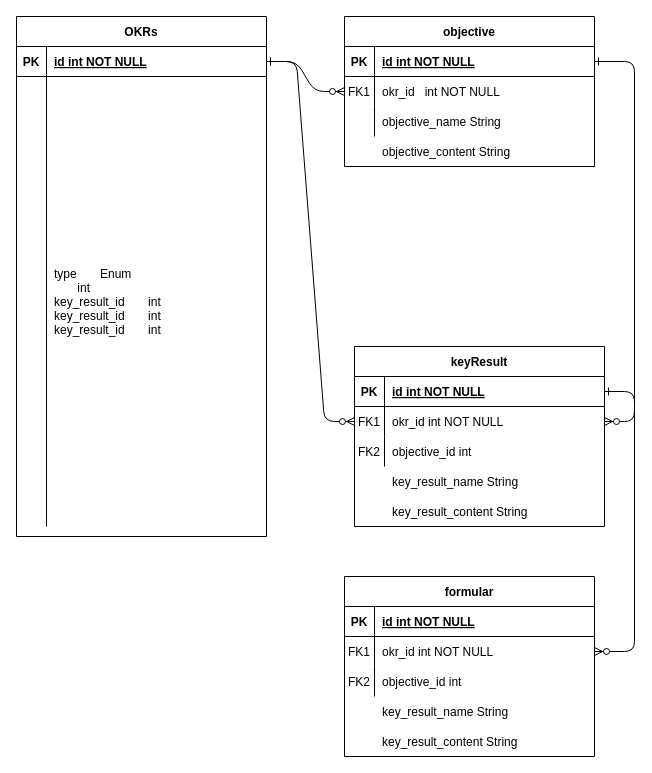
Above: Biểu đồ không có tiêu đề.drawio in Giangphhe228/employeeManage (draw.io), before the change. Source tidied: cells renumbered, new cells numbered last; positions are measured from the earlier drawing's top-left corner, leaving out a move shared by most shapes. Both pictures are drawn from the tidied source at 100%, with x=0, y=0 at pixel (16, 16).
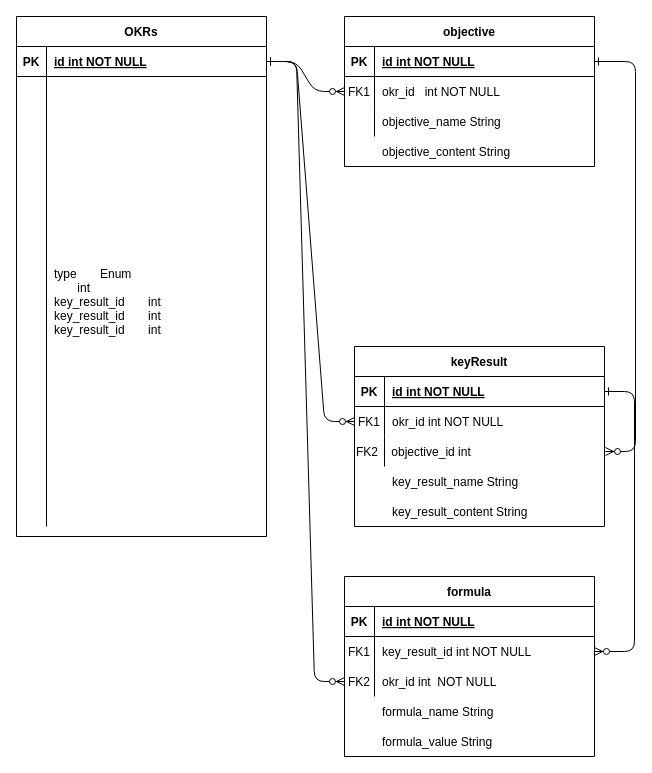
After the change.

Commit message:
Cập nhật Biểu đồ không có tiêu đề.drawio

Unchanged cells that the change refers to:
```xml
<mxCell id="5" style="shape=partialRectangle;fillColor=none;points=[[0,0.5],[1,0.5]];portConstraint=eastwest;top=0;left=0;right=0;bottom=1;" parent="4" vertex="1">
  <mxGeometry y="30" width="250" height="30" as="geometry" />
</mxCell>
<mxCell id="15" style="shape=partialRectangle;fillColor=none;points=[[0,0.5],[1,0.5]];portConstraint=eastwest;top=0;left=0;right=0;bottom=1;" parent="14" vertex="1">
  <mxGeometry y="30" width="250" height="30" as="geometry" />
</mxCell>
<mxCell id="18" style="shape=partialRectangle;fillColor=none;points=[[0,0.5],[1,0.5]];portConstraint=eastwest;top=0;left=0;right=0;bottom=0;" parent="14" vertex="1">
  <mxGeometry y="60" width="250" height="30" as="geometry" />
</mxCell>
<mxCell id="25" style="shape=partialRectangle;fillColor=none;points=[[0,0.5],[1,0.5]];portConstraint=eastwest;top=0;left=0;right=0;bottom=1;" parent="24" vertex="1">
  <mxGeometry y="30" width="250" height="30" as="geometry" />
</mxCell>
<mxCell id="41" style="shape=partialRectangle;fillColor=none;points=[[0,0.5],[1,0.5]];portConstraint=eastwest;top=0;left=0;right=0;bottom=0;" parent="37" vertex="1">
  <mxGeometry y="60" width="250" height="30" as="geometry" />
</mxCell>
<mxCell id="49" value="FK2" style="shape=partialRectangle;overflow=hidden;fillColor=none;top=0;left=0;bottom=0;right=0;" parent="1" vertex="1">
  <mxGeometry x="328" y="650" width="30" height="30" as="geometry" />
</mxCell>
```

The edit, as a diff of the source:
```diff
@@
-    <mxCell id="3" style="edgeStyle=entityRelationEdgeStyle;endArrow=ERzeroToMany;startArrow=ERone;endFill=1;startFill=0;" parent="1" edge="1" source="5" target="18">
-      <mxGeometry relative="1" as="geometry" />
+    <mxCell id="3" style="edgeStyle=entityRelationEdgeStyle;endArrow=ERzeroToMany;startArrow=ERone;endFill=1;startFill=0;exitX=1;exitY=0.5;exitDx=0;exitDy=0;" parent="1" edge="1" source="5" target="35">
+      <mxGeometry relative="1" as="geometry">
+        <Array as="points">
+          <mxPoint x="669" y="340" />
+        </Array>
+      </mxGeometry>
     </mxCell>
@@
-    <mxCell id="35" value="FK2" style="shape=partialRectangle;overflow=hidden;fillColor=none;top=0;left=0;bottom=0;right=0;" parent="1" vertex="1">
-      <mxGeometry x="338" y="420" width="30" height="30" as="geometry" />
+    <mxCell id="35" value="FK2    objective_id int" style="shape=partialRectangle;overflow=hidden;fillColor=none;top=0;left=0;bottom=0;right=0;align=left;" parent="1" vertex="1">
+      <mxGeometry x="338" y="420" width="251" height="30" as="geometry" />
     </mxCell>
-    <mxCell id="36" value="objective_id int" style="shape=partialRectangle;overflow=hidden;fillColor=none;top=0;left=0;bottom=0;right=0;align=left;spacingLeft=6;" parent="1" vertex="1">
-      <mxGeometry x="368" y="420" width="220" height="30" as="geometry" />
-    </mxCell>
-    <mxCell id="37" value="formular" style="shape=table;startSize=30;childLayout=tableLayout;rowLines=0;fontStyle=1;align=center;" parent="1" vertex="1">
+    <mxCell id="37" value="formula" style="shape=table;startSize=30;childLayout=tableLayout;rowLines=0;fontStyle=1;align=center;" parent="1" vertex="1">
       <mxGeometry x="328" y="560" width="250" height="180" as="geometry" />
     </mxCell>
@@
-    <mxCell id="43" value="okr_id int NOT NULL" style="shape=partialRectangle;overflow=hidden;fillColor=none;top=0;left=0;bottom=0;right=0;align=left;spacingLeft=6;" parent="41" vertex="1">
+    <mxCell id="43" value="key_result_id int NOT NULL" style="shape=partialRectangle;overflow=hidden;fillColor=none;top=0;left=0;bottom=0;right=0;align=left;spacingLeft=6;" parent="41" vertex="1">
       <mxGeometry x="30" width="220" height="30" as="geometry" />
     </mxCell>
@@
-    <mxCell id="47" value="key_result_name String" style="shape=partialRectangle;overflow=hidden;fillColor=none;top=0;left=0;bottom=0;right=0;align=left;spacingLeft=6;" parent="1" vertex="1">
+    <mxCell id="47" value="formula_name String" style="shape=partialRectangle;overflow=hidden;fillColor=none;top=0;left=0;bottom=0;right=0;align=left;spacingLeft=6;" parent="1" vertex="1">
       <mxGeometry x="358" y="680" width="220" height="30" as="geometry" />
     </mxCell>
-    <mxCell id="48" value="key_result_content String" style="shape=partialRectangle;overflow=hidden;fillColor=none;top=0;left=0;bottom=0;right=0;align=left;spacingLeft=6;" parent="1" vertex="1">
+    <mxCell id="48" value="formula_value String" style="shape=partialRectangle;overflow=hidden;fillColor=none;top=0;left=0;bottom=0;right=0;align=left;spacingLeft=6;" parent="1" vertex="1">
       <mxGeometry x="358" y="710" width="220" height="30" as="geometry" />
     </mxCell>
@@
-    <mxCell id="50" value="objective_id int" style="shape=partialRectangle;overflow=hidden;fillColor=none;top=0;left=0;bottom=0;right=0;align=left;spacingLeft=6;" parent="1" vertex="1">
+    <mxCell id="50" value="okr_id int  NOT NULL" style="shape=partialRectangle;overflow=hidden;fillColor=none;top=0;left=0;bottom=0;right=0;align=left;spacingLeft=6;" parent="1" vertex="1">
       <mxGeometry x="358" y="650" width="220" height="30" as="geometry" />
     </mxCell>
     <mxCell id="51" style="edgeStyle=entityRelationEdgeStyle;endArrow=ERzeroToMany;startArrow=ERone;endFill=1;startFill=0;entryX=1;entryY=0.5;entryDx=0;entryDy=0;" parent="1" edge="1" source="15" target="41">
       <mxGeometry relative="1" as="geometry">
         <Array as="points">
           <mxPoint x="680" y="435" />
           <mxPoint x="680" y="435" />
+          <mxPoint x="569" y="660" />
         </Array>
       </mxGeometry>
     </mxCell>
+    <mxCell id="52" style="edgeStyle=entityRelationEdgeStyle;endArrow=ERzeroToMany;startArrow=ERone;endFill=1;startFill=0;exitX=1;exitY=0.5;exitDx=0;exitDy=0;entryX=0;entryY=0.5;entryDx=0;entryDy=0;" parent="1" edge="1" source="25" target="49">
+      <mxGeometry relative="1" as="geometry">
+        <Array as="points">
+          <mxPoint x="329" y="250" />
+        </Array>
+      </mxGeometry>
+    </mxCell>
```
